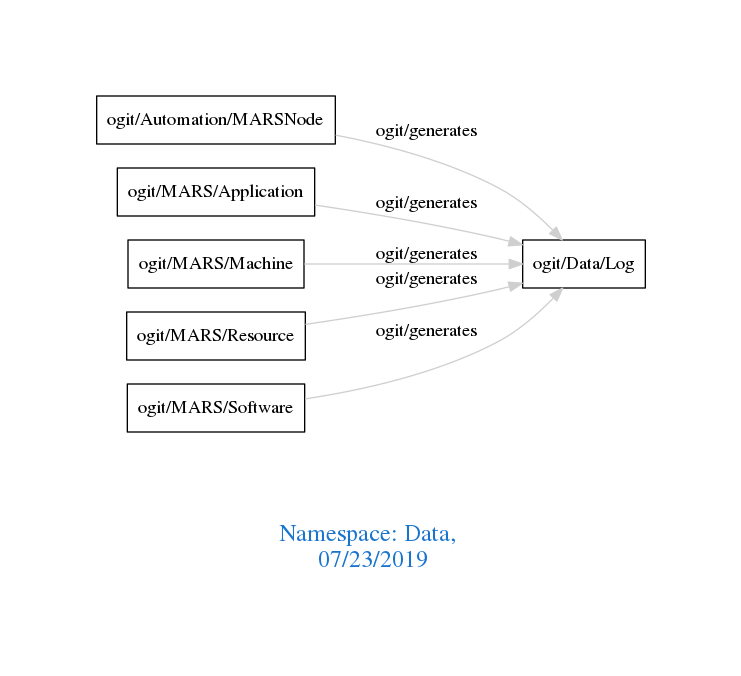
Before: downloads/Data.png, a diagram exported from Graphviz (arago/OGIT). Its source is kept beside it as downloads/Data.dot.
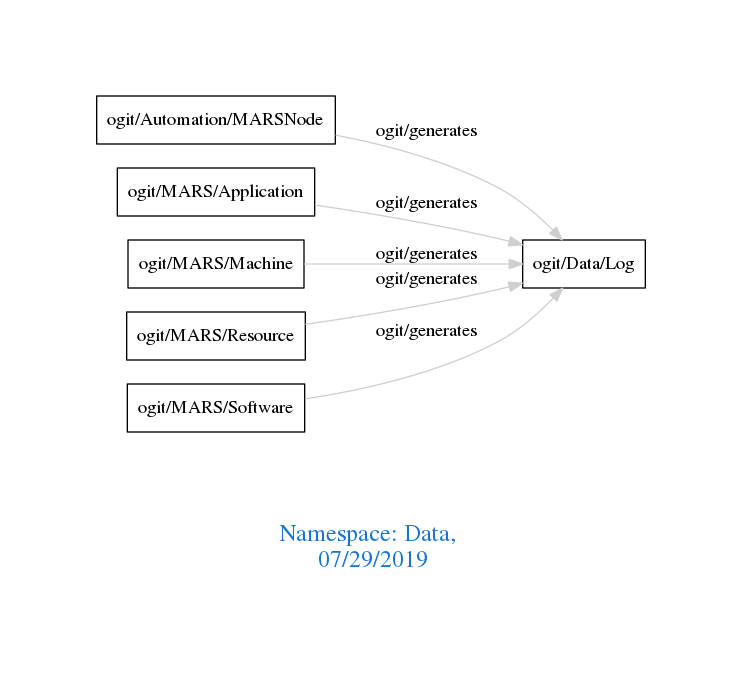
After the commit.

The edit, as a diff of the source:
```diff
@@ -1,7 +1,7 @@
 digraph OGIT_ontology {
  graph [ rankdir= LR,pad=1
 fontsize = 18,
-fontcolor= dodgerblue3,label = "\n\n\nNamespace: Data, \n 07/23/2019"];
+fontcolor= dodgerblue3,label = "\n\n\nNamespace: Data, \n 07/29/2019"];
 node[shape=polygon];
 edge [  color="gray81"];
 
```
